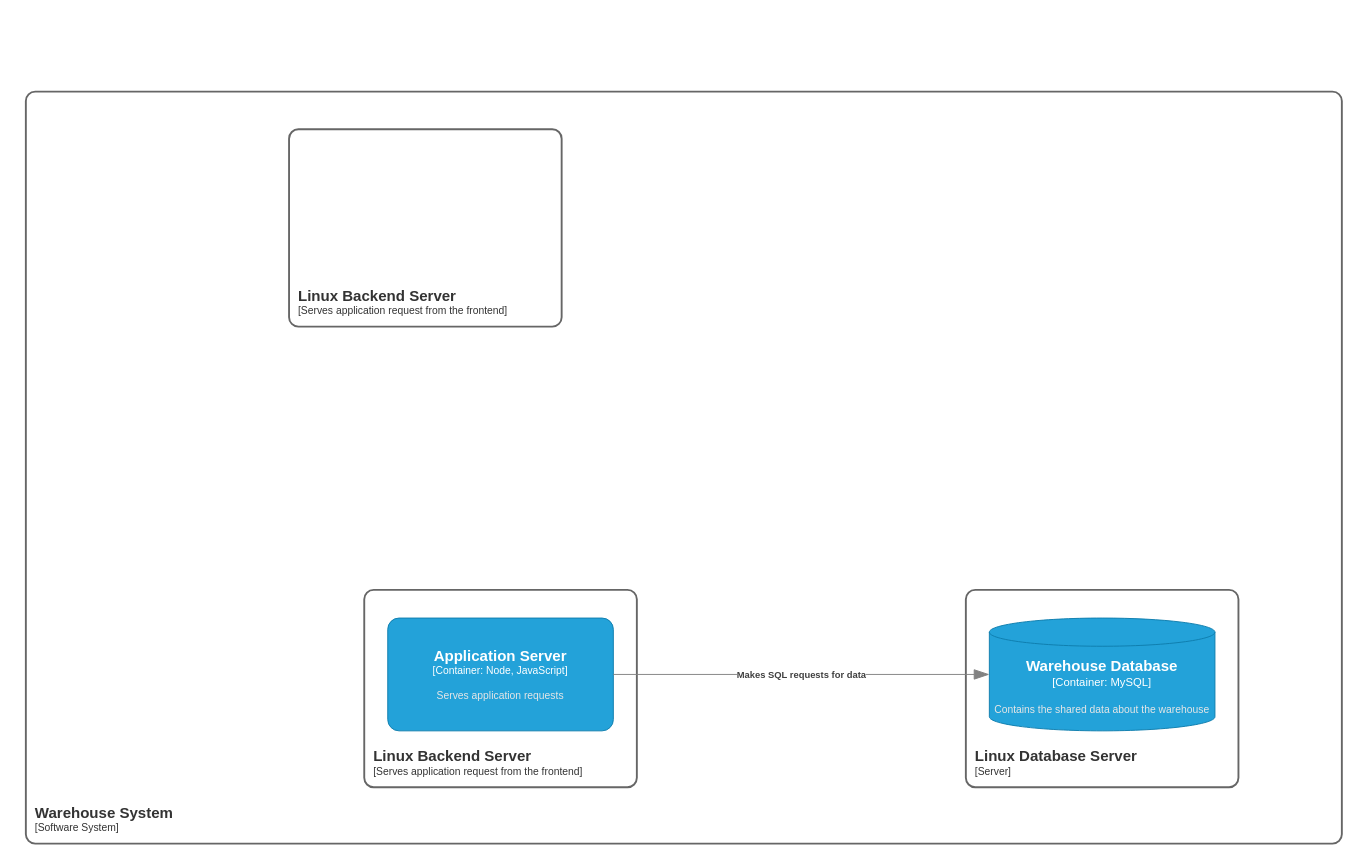
Earlier version of the draw.io diagram page "Deployment" (3 of 3) of Warehouse/C4 Diagrams/C4-context-warehouse.drawio (OwenPlamondonOC/Software-Engineering-II-Projects). Source tidied: cells renumbered, new cells numbered last; positions are measured from the earlier drawing's top-left corner, leaving out a move shared by most shapes. Both pictures are drawn from the tidied source at 94%, with x=0, y=0 at pixel (25, 91).
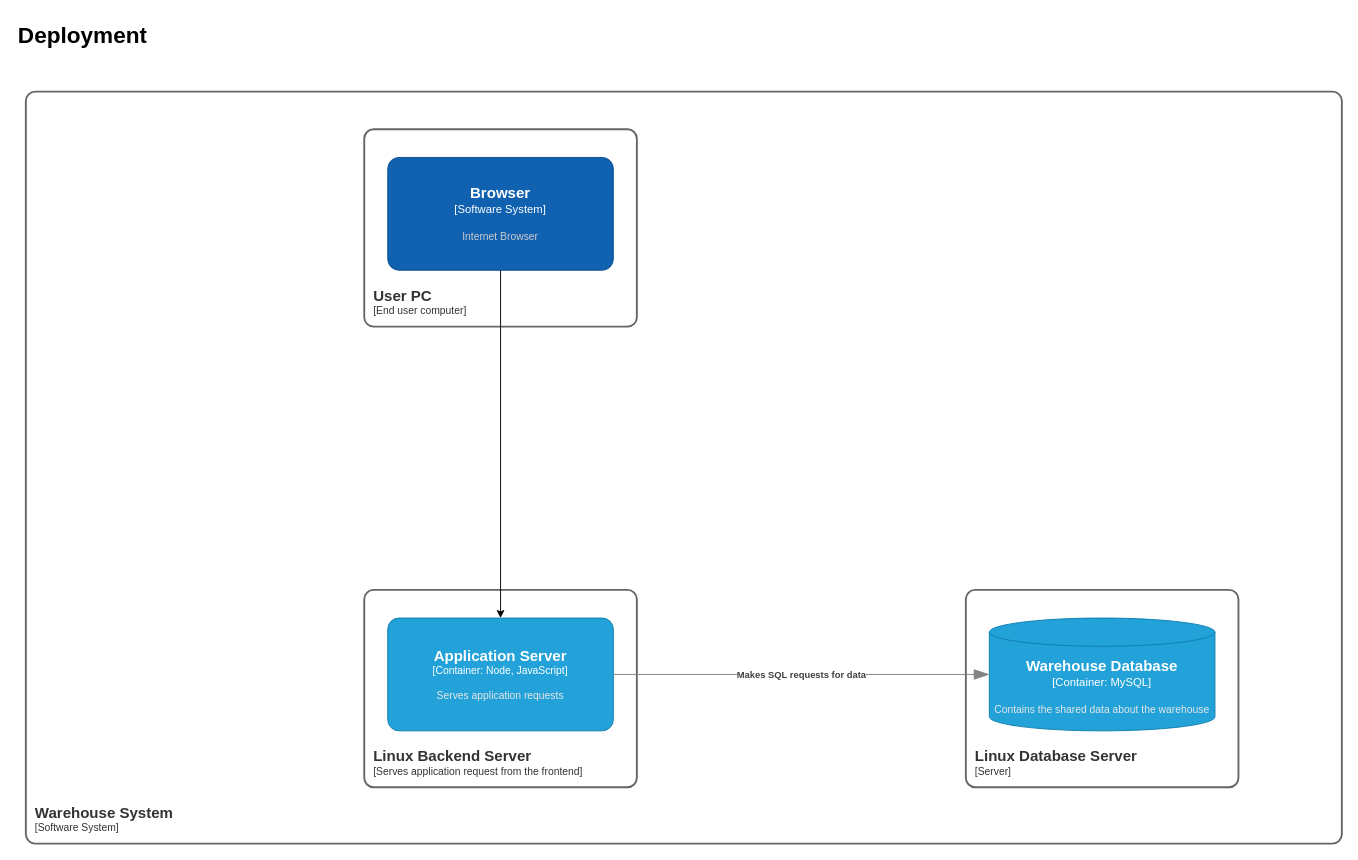
After the change.

Change to the diagram source:
```diff
@@
 <mxGraphModel>
   <root>
     <mxCell id="0" />
     <mxCell id="1" parent="0" />
     <object id="2" label="&lt;font style=&quot;font-size: 16px&quot;&gt;&lt;b&gt;&lt;div style=&quot;text-align: left&quot;&gt;%c4Name%&lt;/div&gt;&lt;/b&gt;&lt;/font&gt;&lt;div style=&quot;text-align: left&quot;&gt;[%c4Application%]&lt;/div&gt;" c4Application="Software System" c4Name="Warehouse System" placeholders="1">
       <mxCell style="rounded=1;fontSize=11;whiteSpace=wrap;html=1;arcSize=20;fillColor=none;strokeColor=#666666;fontColor=#333333;labelBackgroundColor=none;align=left;verticalAlign=bottom;labelBorderColor=none;spacingTop=0;spacing=10;perimeter=rectanglePerimeter;noLabel=0;labelPadding=0;absoluteArcSize=1;strokeWidth=2;" parent="1" vertex="1">
         <mxGeometry width="1400" height="800" as="geometry" />
       </mxCell>
     </object>
     <object id="3" label="&lt;font style=&quot;font-size: 16px&quot;&gt;&lt;b&gt;&lt;div style=&quot;text-align: left&quot;&gt;%c4Name%&lt;/div&gt;&lt;/b&gt;&lt;/font&gt;&lt;div style=&quot;text-align: left&quot;&gt;[%c4Application%]&lt;/div&gt;" c4Application="Server" c4Name="Linux Database Server" placeholders="1">
       <mxCell style="rounded=1;fontSize=11;whiteSpace=wrap;html=1;arcSize=20;fillColor=none;strokeColor=#666666;fontColor=#333333;labelBackgroundColor=none;align=left;verticalAlign=bottom;labelBorderColor=none;spacingTop=0;spacing=10;perimeter=rectanglePerimeter;noLabel=0;labelPadding=0;absoluteArcSize=1;strokeWidth=2;" parent="1" vertex="1">
         <mxGeometry x="1000" y="530" width="290" height="210" as="geometry" />
       </mxCell>
     </object>
     <object id="4" label="&lt;font style=&quot;font-size: 16px&quot;&gt;&lt;b&gt;%c4Name%&lt;/b&gt;&lt;/font&gt;&lt;div&gt;[%c4Type%:&amp;nbsp;%c4Technology%]&lt;/div&gt;&lt;br&gt;&lt;div&gt;&lt;font style=&quot;font-size: 11px&quot;&gt;&lt;font color=&quot;#E6E6E6&quot;&gt;%c4Description%&lt;/font&gt;&lt;/div&gt;" c4Description="Contains the shared data about the warehouse" c4Name="Warehouse Database" c4Technology="MySQL" c4Type="Container" placeholders="1">
       <mxCell style="shape=cylinder3;size=15;whiteSpace=wrap;html=1;boundedLbl=1;rounded=0;labelBackgroundColor=none;fillColor=#23A2D9;fontSize=12;fontColor=#ffffff;align=center;strokeColor=#0E7DAD;points=[[0.5,0,0],[1,0.25,0],[1,0.5,0],[1,0.75,0],[0.5,1,0],[0,0.75,0],[0,0.5,0],[0,0.25,0]];" parent="1" vertex="1">
         <mxGeometry x="1025" y="560" width="240" height="120" as="geometry" />
       </mxCell>
     </object>
     <object id="5" label="&lt;font style=&quot;font-size: 16px&quot;&gt;&lt;b&gt;&lt;div style=&quot;text-align: left&quot;&gt;%c4Name%&lt;/div&gt;&lt;/b&gt;&lt;/font&gt;&lt;div style=&quot;text-align: left&quot;&gt;[%c4Application%]&lt;/div&gt;" c4Application="Serves application request from the frontend" c4Name="Linux Backend Server" placeholders="1">
       <mxCell style="rounded=1;fontSize=11;whiteSpace=wrap;html=1;arcSize=20;fillColor=none;strokeColor=#666666;fontColor=#333333;labelBackgroundColor=none;align=left;verticalAlign=bottom;labelBorderColor=none;spacingTop=0;spacing=10;perimeter=rectanglePerimeter;noLabel=0;labelPadding=0;absoluteArcSize=1;strokeWidth=2;" parent="1" vertex="1">
         <mxGeometry x="360" y="530" width="290" height="210" as="geometry" />
       </mxCell>
     </object>
     <object id="6" label="&lt;font style=&quot;font-size: 16px&quot;&gt;&lt;b&gt;%c4Name%&lt;/b&gt;&lt;/font&gt;&lt;div&gt;[%c4Type%: %c4Technology%]&lt;/div&gt;&lt;br&gt;&lt;div&gt;&lt;font style=&quot;font-size: 11px&quot;&gt;&lt;font color=&quot;#E6E6E6&quot;&gt;%c4Description%&lt;/font&gt;&lt;/div&gt;" c4Description="Serves application requests" c4Name="Application Server" c4Technology="Node, JavaScript" c4Type="Container" placeholders="1">
       <mxCell style="rounded=1;whiteSpace=wrap;html=1;fontSize=11;labelBackgroundColor=none;fillColor=#23A2D9;fontColor=#ffffff;align=center;arcSize=10;strokeColor=#0E7DAD;points=[[0.25,0,0],[0.5,0,0],[0.75,0,0],[1,0.25,0],[1,0.5,0],[1,0.75,0],[0.75,1,0],[0.5,1,0],[0.25,1,0],[0,0.75,0],[0,0.5,0],[0,0.25,0]];" parent="1" vertex="1">
         <mxGeometry x="385" y="560" width="240" height="120" as="geometry" />
       </mxCell>
     </object>
     <object id="7" label="&lt;div style=&quot;text-align: left&quot;&gt;&lt;div style=&quot;text-align: center&quot;&gt;&lt;b&gt;%c4Description%&lt;/b&gt;&lt;/div&gt;" c4Description="Makes SQL requests for data" placeholders="1">
       <mxCell style="endArrow=blockThin;html=1;fontSize=10;fontColor=#404040;strokeWidth=1;endFill=1;strokeColor=#828282;elbow=vertical;endSize=14;startSize=14;jumpStyle=arc;jumpSize=16;rounded=0;edgeStyle=orthogonalEdgeStyle;exitX=1;exitY=0.5;exitDx=0;exitDy=0;exitPerimeter=0;entryX=0;entryY=0.5;entryDx=0;entryDy=0;entryPerimeter=0;" parent="1" edge="1" source="6" target="4">
         <mxGeometry relative="1" as="geometry" />
       </mxCell>
     </object>
-    <object id="8" label="&lt;font style=&quot;font-size: 16px&quot;&gt;&lt;b&gt;&lt;div style=&quot;text-align: left&quot;&gt;%c4Name%&lt;/div&gt;&lt;/b&gt;&lt;/font&gt;&lt;div style=&quot;text-align: left&quot;&gt;[%c4Application%]&lt;/div&gt;" c4Application="Serves application request from the frontend" c4Name="Linux Backend Server" placeholders="1">
+    <object id="8" label="&lt;font style=&quot;font-size: 16px&quot;&gt;&lt;b&gt;&lt;div style=&quot;text-align: left&quot;&gt;%c4Name%&lt;/div&gt;&lt;/b&gt;&lt;/font&gt;&lt;div style=&quot;text-align: left&quot;&gt;[%c4Application%]&lt;/div&gt;" c4Application="End user computer" c4Name="User PC" placeholders="1">
       <mxCell style="rounded=1;fontSize=11;whiteSpace=wrap;html=1;arcSize=20;fillColor=none;strokeColor=#666666;fontColor=#333333;labelBackgroundColor=none;align=left;verticalAlign=bottom;labelBorderColor=none;spacingTop=0;spacing=10;perimeter=rectanglePerimeter;noLabel=0;labelPadding=0;absoluteArcSize=1;strokeWidth=2;" parent="1" vertex="1">
-        <mxGeometry x="280" y="40" width="290" height="210" as="geometry" />
+        <mxGeometry x="360" y="40" width="290" height="210" as="geometry" />
       </mxCell>
     </object>
+    <object id="9" label="&lt;font style=&quot;font-size: 16px&quot;&gt;&lt;b&gt;%c4Name%&lt;/b&gt;&lt;/font&gt;&lt;div&gt;[%c4Type%]&lt;/div&gt;&lt;br&gt;&lt;div&gt;&lt;font style=&quot;font-size: 11px&quot;&gt;&lt;font color=&quot;#cccccc&quot;&gt;%c4Description%&lt;/font&gt;&lt;/div&gt;" c4Description="Internet Browser" c4Name="Browser" c4Type="Software System" placeholders="1">
+      <mxCell style="rounded=1;whiteSpace=wrap;html=1;labelBackgroundColor=none;fillColor=#1061B0;fontColor=#ffffff;align=center;arcSize=10;strokeColor=#0D5091;points=[[0.25,0,0],[0.5,0,0],[0.75,0,0],[1,0.25,0],[1,0.5,0],[1,0.75,0],[0.75,1,0],[0.5,1,0],[0.25,1,0],[0,0.75,0],[0,0.5,0],[0,0.25,0]];" parent="1" vertex="1">
+        <mxGeometry x="385" y="70" width="240" height="120" as="geometry" />
+      </mxCell>
+    </object>
+    <mxCell id="10" style="edgeStyle=orthogonalEdgeStyle;rounded=0;jettySize=auto;html=1;exitX=0.5;exitY=1;exitDx=0;exitDy=0;exitPerimeter=0;entryX=0.5;entryY=0;entryDx=0;entryDy=0;entryPerimeter=0;" parent="1" edge="1" source="9" target="6">
+      <mxGeometry relative="1" as="geometry" />
+    </mxCell>
+    <mxCell id="11" value="&lt;h1 style=&quot;margin-top: 0px;&quot;&gt;Deployment&lt;/h1&gt;" style="text;html=1;whiteSpace=wrap;overflow=hidden;rounded=0;" parent="1" vertex="1">
+      <mxGeometry x="-10" y="-80" width="340" height="120" as="geometry" />
+    </mxCell>
   </root>
 </mxGraphModel>
```
